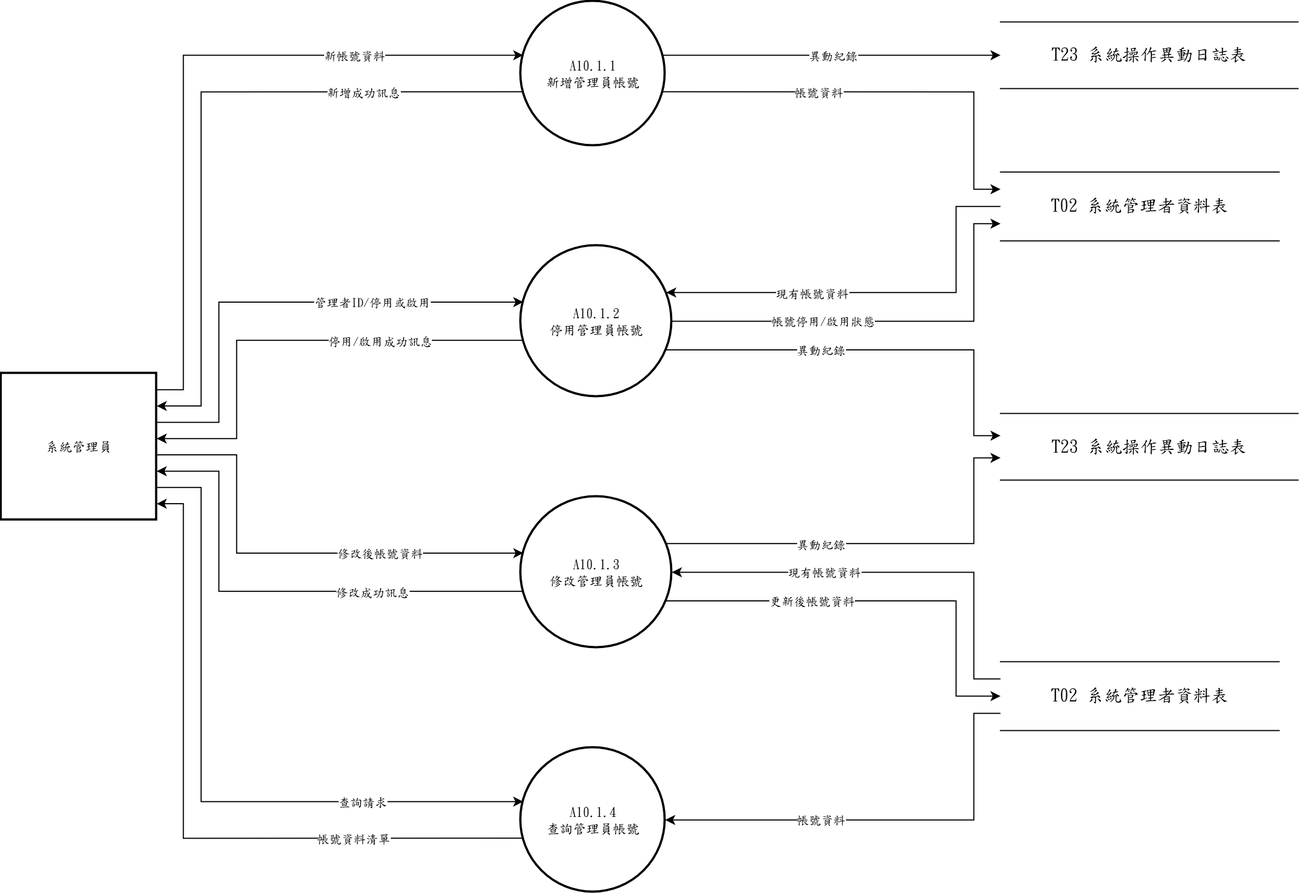
Earlier version of the draw.io export 系統文件/第6章/DFD圖/圖10/新/圖10.1.drawio.png (s22452007/115502). Source tidied: cells renumbered, new cells last; positions are measured from the earlier drawing's top-left corner, leaving out a move shared by most shapes.
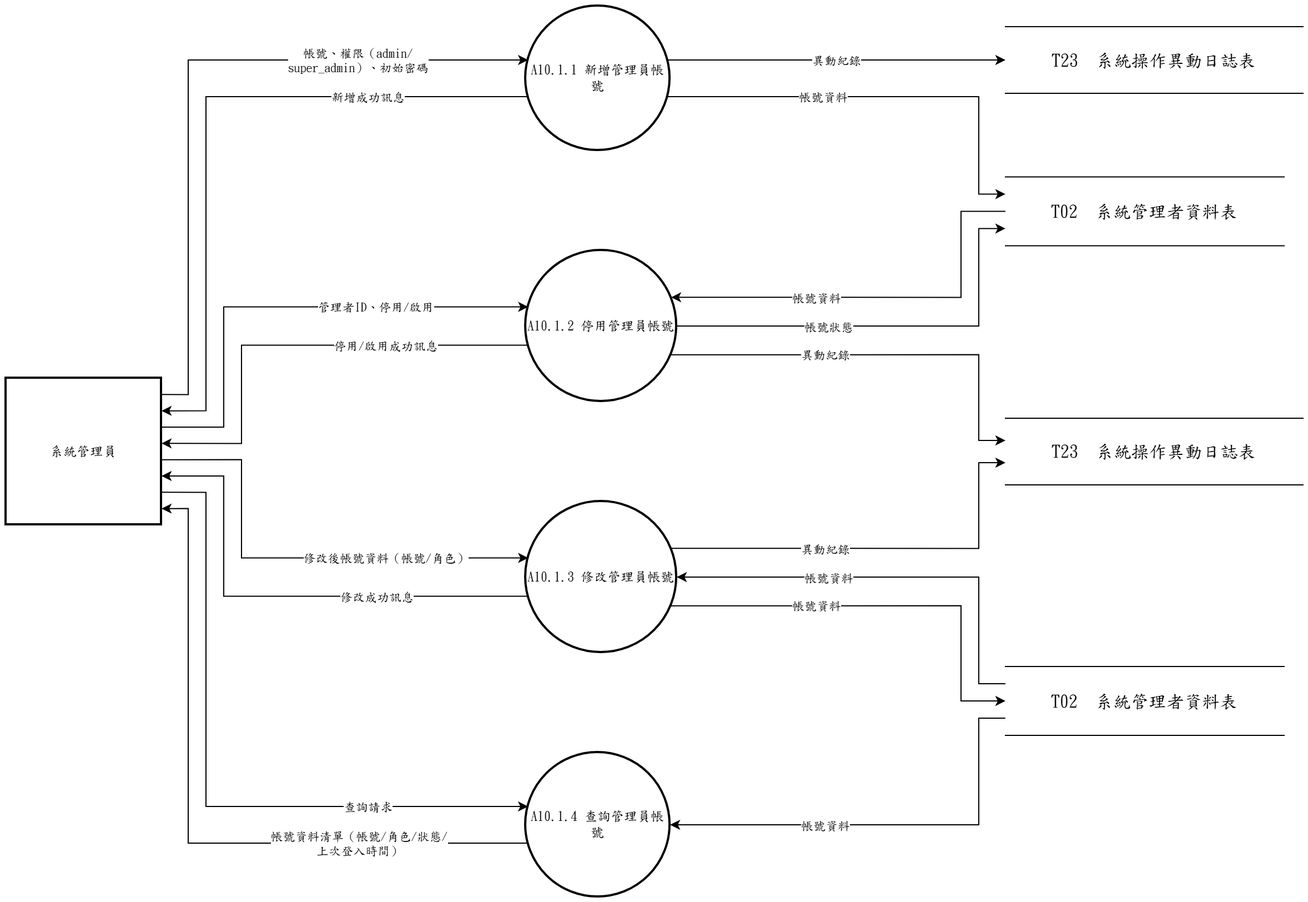
After the commit.

The edit, as a diff of the source:
```diff
@@ -2,31 +2,31 @@
   <root>
     <mxCell id="0" />
     <mxCell id="1" parent="0" />
-    <mxCell id="2" value="A10.1.1&lt;br&gt;新增管理員帳號" style="ellipse;strokeWidth=2;whiteSpace=wrap;html=1;fontFamily=標楷體;" parent="1" vertex="1">
+    <mxCell id="2" value="A10.1.1 新增管理員帳號" style="ellipse;strokeWidth=2;whiteSpace=wrap;html=1;fontFamily=標楷體;" parent="1" vertex="1">
       <mxGeometry x="468" width="130" height="130" as="geometry" />
     </mxCell>
-    <mxCell id="3" value="A10.1.2&lt;br&gt;停用管理員帳號" style="ellipse;strokeWidth=2;whiteSpace=wrap;html=1;fontFamily=標楷體;" parent="1" vertex="1">
+    <mxCell id="3" value="A10.1.2 停用管理員帳號" style="ellipse;strokeWidth=2;whiteSpace=wrap;html=1;fontFamily=標楷體;" parent="1" vertex="1">
       <mxGeometry x="468" y="220" width="136" height="136" as="geometry" />
     </mxCell>
-    <mxCell id="4" value="A10.1.3&lt;br&gt;修改管理員帳號" style="ellipse;strokeWidth=2;whiteSpace=wrap;html=1;fontFamily=標楷體;" parent="1" vertex="1">
+    <mxCell id="4" value="A10.1.3 修改管理員帳號" style="ellipse;strokeWidth=2;whiteSpace=wrap;html=1;fontFamily=標楷體;" parent="1" vertex="1">
       <mxGeometry x="468" y="446" width="136" height="136" as="geometry" />
     </mxCell>
-    <mxCell id="5" value="A10.1.4&lt;br&gt;查詢管理員帳號" style="ellipse;strokeWidth=2;whiteSpace=wrap;html=1;fontFamily=標楷體;" parent="1" vertex="1">
+    <mxCell id="5" value="A10.1.4 查詢管理員帳號" style="ellipse;strokeWidth=2;whiteSpace=wrap;html=1;fontFamily=標楷體;" parent="1" vertex="1">
       <mxGeometry x="468" y="672" width="130" height="130" as="geometry" />
     </mxCell>
     <mxCell id="6" value="系統管理員" style="whiteSpace=wrap;strokeWidth=2;html=1;fontFamily=標楷體;" parent="1" vertex="1">
       <mxGeometry y="335" width="140" height="132" as="geometry" />
     </mxCell>
-    <mxCell id="7" value="&lt;span lang=&quot;EN-US&quot; style=&quot;font-size: 12pt;&quot;&gt;T23&amp;nbsp;&lt;/span&gt;&lt;span style=&quot;font-size: 12pt;&quot;&gt;系統操作異動日誌表&lt;/span&gt;" style="shape=partialRectangle;whiteSpace=wrap;html=1;left=0;right=0;fontFamily=標楷體;fontSize=16;" parent="1" vertex="1">
+    <mxCell id="7" value="T23  系統操作異動日誌表" style="shape=partialRectangle;whiteSpace=wrap;html=1;left=0;right=0;fontFamily=標楷體;fontSize=16;" parent="1" vertex="1">
       <mxGeometry x="900" y="18.5" width="268" height="60" as="geometry" />
     </mxCell>
-    <mxCell id="8" value="&lt;span lang=&quot;EN-US&quot; style=&quot;font-size: 12pt;&quot;&gt;T02&amp;nbsp;&lt;/span&gt;&lt;span style=&quot;font-size: 12pt;&quot;&gt;系統管理者資料表&lt;/span&gt;" style="shape=partialRectangle;whiteSpace=wrap;html=1;left=0;right=0;fontFamily=標楷體;fontSize=16;" parent="1" vertex="1">
+    <mxCell id="8" value="T02  系統管理者資料表" style="shape=partialRectangle;whiteSpace=wrap;html=1;left=0;right=0;fontFamily=標楷體;fontSize=16;" parent="1" vertex="1">
       <mxGeometry x="900" y="153.7" width="251" height="62" as="geometry" />
     </mxCell>
-    <mxCell id="9" value="&lt;span lang=&quot;EN-US&quot; style=&quot;font-size: 12pt;&quot;&gt;T23&amp;nbsp;&lt;/span&gt;&lt;span style=&quot;font-size: 12pt;&quot;&gt;系統操作異動日誌表&lt;/span&gt;" style="shape=partialRectangle;whiteSpace=wrap;html=1;left=0;right=0;fontFamily=標楷體;fontSize=16;" parent="1" vertex="1">
+    <mxCell id="9" value="T23  系統操作異動日誌表" style="shape=partialRectangle;whiteSpace=wrap;html=1;left=0;right=0;fontFamily=標楷體;fontSize=16;" parent="1" vertex="1">
       <mxGeometry x="900" y="371" width="268" height="60" as="geometry" />
     </mxCell>
-    <mxCell id="10" value="&lt;span lang=&quot;EN-US&quot; style=&quot;font-size: 12pt;&quot;&gt;T02&amp;nbsp;&lt;/span&gt;&lt;span style=&quot;font-size: 12pt;&quot;&gt;系統管理者資料表&lt;/span&gt;" style="shape=partialRectangle;whiteSpace=wrap;html=1;left=0;right=0;fontFamily=標楷體;fontSize=16;" parent="1" vertex="1">
+    <mxCell id="10" value="T02  系統管理者資料表" style="shape=partialRectangle;whiteSpace=wrap;html=1;left=0;right=0;fontFamily=標楷體;fontSize=16;" parent="1" vertex="1">
       <mxGeometry x="900" y="594.5" width="251" height="62" as="geometry" />
     </mxCell>
     <mxCell id="11" style="edgeStyle=none;rounded=0;html=1;fontFamily=標楷體;endArrow=classic;exitX=1.0000;exitY=0.1111;exitDx=0;exitDy=0;exitPerimeter=0;entryX=0.0163;entryY=0.3733;entryDx=0;entryDy=0;entryPerimeter=0;" parent="1" edge="1" source="6" target="2">
@@ -37,7 +37,7 @@
         </Array>
       </mxGeometry>
     </mxCell>
-    <mxCell id="12" value="新帳號資料" style="edgeLabel;html=1;align=center;verticalAlign=middle;fontFamily=標楷體;" parent="11" vertex="1">
+    <mxCell id="12" value="帳號、權限（admin/&lt;br&gt;super_admin）、初始密碼" style="edgeLabel;html=1;align=center;verticalAlign=middle;fontFamily=標楷體;" parent="11" vertex="1">
       <mxGeometry x="0.52" relative="1" as="geometry" />
     </mxCell>
     <mxCell id="13" style="edgeStyle=none;rounded=0;html=1;fontFamily=標楷體;endArrow=classic;exitX=0.0163;exitY=0.6267;exitDx=0;exitDy=0;exitPerimeter=0;entryX=1.0000;entryY=0.2222;entryDx=0;entryDy=0;entryPerimeter=0;" parent="1" edge="1" source="2" target="6">
@@ -76,7 +76,7 @@
         </Array>
       </mxGeometry>
     </mxCell>
-    <mxCell id="20" value="管理者ID/停用或啟用" style="edgeLabel;html=1;align=center;verticalAlign=middle;fontFamily=標楷體;" parent="19" vertex="1">
+    <mxCell id="20" value="管理者ID、停用/啟用" style="edgeLabel;html=1;align=center;verticalAlign=middle;fontFamily=標楷體;" parent="19" vertex="1">
       <mxGeometry x="0.38" relative="1" as="geometry" />
     </mxCell>
     <mxCell id="21" style="edgeStyle=none;rounded=0;html=1;fontFamily=標楷體;endArrow=classic;exitX=0.0000;exitY=0.5000;exitDx=0;exitDy=0;exitPerimeter=0;entryX=0.9625;entryY=0.3100;entryDx=0;entryDy=0;entryPerimeter=0;" parent="1" edge="1" source="8" target="3">
@@ -87,7 +87,7 @@
         </Array>
       </mxGeometry>
     </mxCell>
-    <mxCell id="22" value="現有帳號資料" style="edgeLabel;html=1;align=center;verticalAlign=middle;fontFamily=標楷體;" parent="21" vertex="1">
+    <mxCell id="22" value="帳號資料" style="edgeLabel;html=1;align=center;verticalAlign=middle;fontFamily=標楷體;" parent="21" vertex="1">
       <mxGeometry x="0.31" relative="1" as="geometry" />
     </mxCell>
     <mxCell id="23" style="edgeStyle=none;rounded=0;html=1;fontFamily=標楷體;endArrow=classic;exitX=0.0163;exitY=0.6267;exitDx=0;exitDy=0;exitPerimeter=0;entryX=1.0000;entryY=0.4444;entryDx=0;entryDy=0;entryPerimeter=0;" parent="1" edge="1" source="3" target="6">
@@ -109,7 +109,7 @@
         </Array>
       </mxGeometry>
     </mxCell>
-    <mxCell id="26" value="帳號停用/啟用狀態" style="edgeLabel;html=1;align=center;verticalAlign=middle;fontFamily=標楷體;" parent="25" vertex="1">
+    <mxCell id="26" value="帳號狀態" style="edgeLabel;html=1;align=center;verticalAlign=middle;fontFamily=標楷體;" parent="25" vertex="1">
       <mxGeometry x="-0.29" relative="1" as="geometry" />
     </mxCell>
     <mxCell id="27" style="edgeStyle=none;rounded=0;html=1;fontFamily=標楷體;endArrow=classic;exitX=0.9625;exitY=0.6900;exitDx=0;exitDy=0;exitPerimeter=0;entryX=0.0000;entryY=0.3333;entryDx=0;entryDy=0;entryPerimeter=0;" parent="1" edge="1" source="3" target="9">
@@ -131,7 +131,7 @@
         </Array>
       </mxGeometry>
     </mxCell>
-    <mxCell id="30" value="修改後帳號資料" style="edgeLabel;html=1;align=center;verticalAlign=middle;fontFamily=標楷體;" parent="29" vertex="1">
+    <mxCell id="30" value="修改後帳號資料（帳號/角色）" style="edgeLabel;html=1;align=center;verticalAlign=middle;fontFamily=標楷體;" parent="29" vertex="1">
       <mxGeometry x="0.38" relative="1" as="geometry" />
     </mxCell>
     <mxCell id="31" style="edgeStyle=none;rounded=0;html=1;fontFamily=標楷體;endArrow=classic;exitX=0.0000;exitY=0.2500;exitDx=0;exitDy=0;exitPerimeter=0;entryX=1.0000;entryY=0.5000;entryDx=0;entryDy=0;entryPerimeter=0;" parent="1" edge="1" source="10" target="4">
@@ -142,7 +142,7 @@
         </Array>
       </mxGeometry>
     </mxCell>
-    <mxCell id="32" value="現有帳號資料" style="edgeLabel;html=1;align=center;verticalAlign=middle;fontFamily=標楷體;" parent="31" vertex="1">
+    <mxCell id="32" value="帳號資料" style="edgeLabel;html=1;align=center;verticalAlign=middle;fontFamily=標楷體;" parent="31" vertex="1">
       <mxGeometry x="0.31" relative="1" as="geometry" />
     </mxCell>
     <mxCell id="33" style="edgeStyle=none;rounded=0;html=1;fontFamily=標楷體;endArrow=classic;exitX=0.0163;exitY=0.6267;exitDx=0;exitDy=0;exitPerimeter=0;entryX=1.0000;entryY=0.6667;entryDx=0;entryDy=0;entryPerimeter=0;" parent="1" edge="1" source="4" target="6">
@@ -164,7 +164,7 @@
         </Array>
       </mxGeometry>
     </mxCell>
-    <mxCell id="36" value="更新後帳號資料" style="edgeLabel;html=1;align=center;verticalAlign=middle;fontFamily=標楷體;" parent="35" vertex="1">
+    <mxCell id="36" value="帳號資料" style="edgeLabel;html=1;align=center;verticalAlign=middle;fontFamily=標楷體;" parent="35" vertex="1">
       <mxGeometry x="-0.33" relative="1" as="geometry" />
     </mxCell>
     <mxCell id="37" style="edgeStyle=none;rounded=0;html=1;fontFamily=標楷體;endArrow=classic;exitX=0.9625;exitY=0.3100;exitDx=0;exitDy=0;exitPerimeter=0;entryX=0.0000;entryY=0.6667;entryDx=0;entryDy=0;entryPerimeter=0;" parent="1" edge="1" source="4" target="9">
@@ -208,7 +208,7 @@
         </Array>
       </mxGeometry>
     </mxCell>
-    <mxCell id="44" value="帳號資料清單" style="edgeLabel;html=1;align=center;verticalAlign=middle;fontFamily=標楷體;" parent="43" vertex="1">
+    <mxCell id="44" value="帳號資料清單（帳號/角色/狀態/&lt;br&gt;上次登入時間）" style="edgeLabel;html=1;align=center;verticalAlign=middle;fontFamily=標楷體;" parent="43" vertex="1">
       <mxGeometry x="-0.52" relative="1" as="geometry" />
     </mxCell>
   </root>
```
